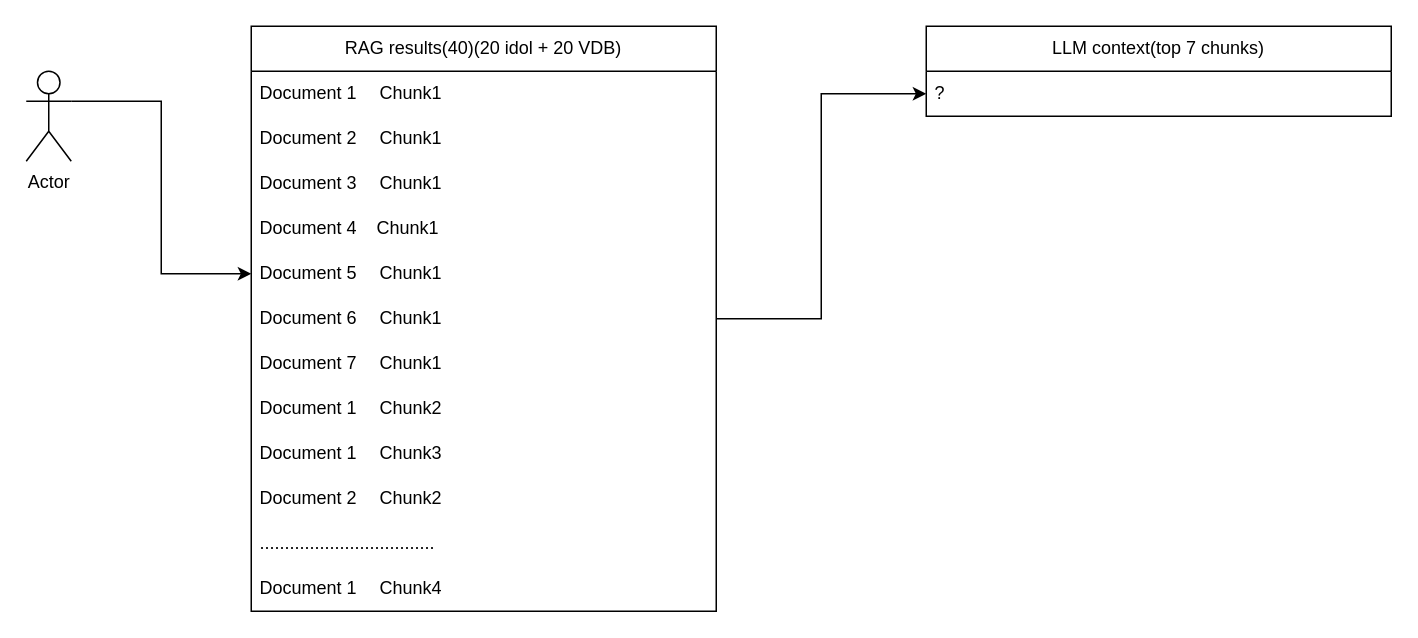
Above: LLM/chunks.drawio in Ice-YcY/Diagram (draw.io), before the change. Source tidied: cells renumbered, new cells numbered last; positions are measured from the earlier drawing's top-left corner, leaving out a move shared by most shapes. Both pictures are drawn from the tidied source at 150%, with x=0, y=0 at pixel (26, 26).
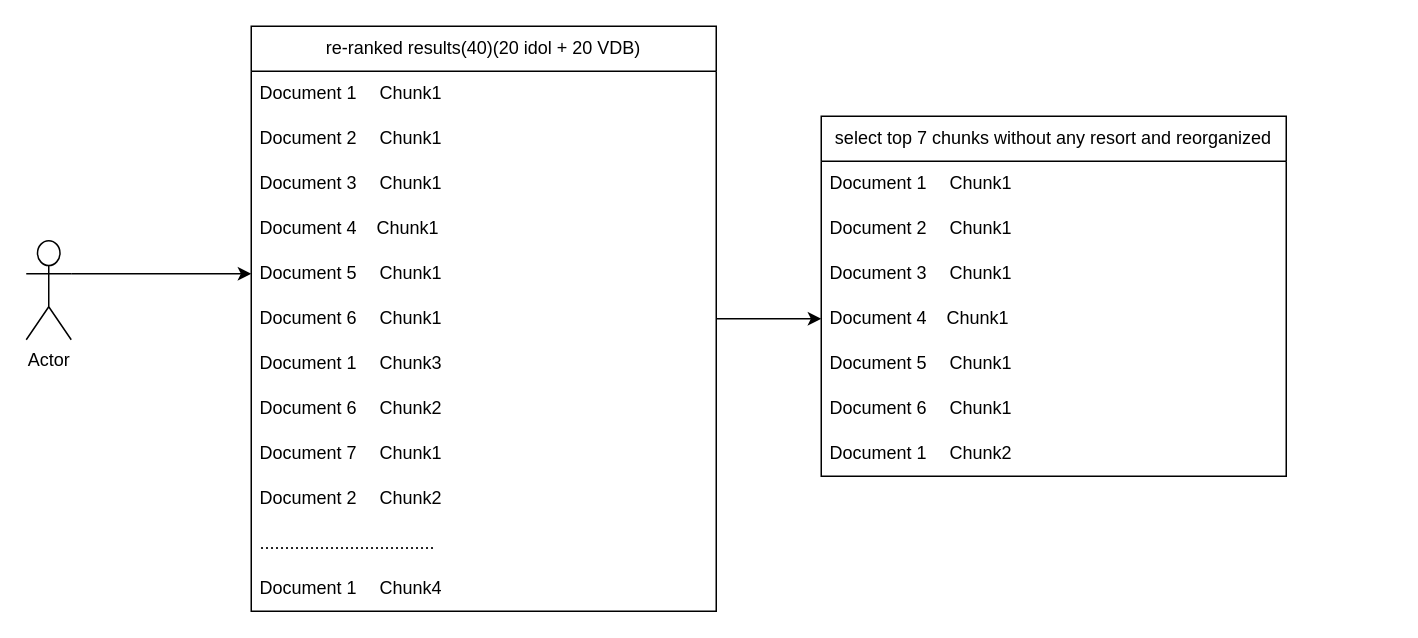
The same page after the edit.

The change refers to these unchanged cells:
```xml
<mxCell id="10" value="Document 6&lt;span style=&quot;white-space:pre&quot;&gt;&#9;&lt;/span&gt;Chunk1" style="text;strokeColor=none;fillColor=none;align=left;verticalAlign=middle;spacingLeft=4;spacingRight=4;overflow=hidden;points=[[0,0.5],[1,0.5]];portConstraint=eastwest;whiteSpace=wrap;html=1;" parent="4" vertex="1">
  <mxGeometry y="180" width="310" height="30" as="geometry" />
</mxCell>
```

Diff of the diagram source:
```diff
@@
     <mxCell id="3" value="Actor" style="shape=umlActor;verticalLabelPosition=bottom;verticalAlign=top;html=1;outlineConnect=0;" parent="1" vertex="1">
-      <mxGeometry y="30" width="30" height="60" as="geometry" />
+      <mxGeometry y="143" width="30" height="66" as="geometry" />
     </mxCell>
-    <mxCell id="4" value="RAG results(40)(20 idol + 20 VDB)" style="swimlane;fontStyle=0;horizontal=1;startSize=30;whiteSpace=wrap;html=1;" parent="1" vertex="1">
+    <mxCell id="4" value="re-ranked results(40)(20 idol + 20 VDB)" style="swimlane;fontStyle=0;horizontal=1;startSize=30;whiteSpace=wrap;html=1;" parent="1" vertex="1">
       <mxGeometry x="150" width="310" height="390" as="geometry" />
     </mxCell>
@@
-    <mxCell id="11" value="Document 7&lt;span style=&quot;white-space:pre&quot;&gt;&#9;&lt;/span&gt;Chunk1" style="text;strokeColor=none;fillColor=none;align=left;verticalAlign=middle;spacingLeft=4;spacingRight=4;overflow=hidden;whiteSpace=wrap;html=1;" parent="4" vertex="1">
+    <mxCell id="11" value="Document 1&lt;span style=&quot;white-space:pre&quot;&gt;&#9;&lt;/span&gt;Chunk3" style="text;strokeColor=none;fillColor=none;align=left;verticalAlign=middle;spacingLeft=4;spacingRight=4;overflow=hidden;whiteSpace=wrap;html=1;" parent="4" vertex="1">
       <mxGeometry y="210" width="310" height="30" as="geometry" />
     </mxCell>
-    <mxCell id="12" value="Document 1&lt;span style=&quot;white-space:pre&quot;&gt;&#9;&lt;/span&gt;Chunk2" style="text;strokeColor=none;fillColor=none;align=left;verticalAlign=middle;spacingLeft=4;spacingRight=4;overflow=hidden;whiteSpace=wrap;html=1;" parent="4" vertex="1">
+    <mxCell id="12" value="Document 6&lt;span style=&quot;white-space:pre&quot;&gt;&#9;&lt;/span&gt;Chunk2" style="text;strokeColor=none;fillColor=none;align=left;verticalAlign=middle;spacingLeft=4;spacingRight=4;overflow=hidden;whiteSpace=wrap;html=1;" parent="4" vertex="1">
       <mxGeometry y="240" width="310" height="30" as="geometry" />
     </mxCell>
-    <mxCell id="13" value="Document 1&lt;span style=&quot;white-space:pre&quot;&gt;&#9;&lt;/span&gt;Chunk3" style="text;strokeColor=none;fillColor=none;align=left;verticalAlign=middle;spacingLeft=4;spacingRight=4;overflow=hidden;whiteSpace=wrap;html=1;" parent="4" vertex="1">
+    <mxCell id="13" value="Document 7&lt;span style=&quot;white-space:pre&quot;&gt;&#9;&lt;/span&gt;Chunk1" style="text;strokeColor=none;fillColor=none;align=left;verticalAlign=middle;spacingLeft=4;spacingRight=4;overflow=hidden;whiteSpace=wrap;html=1;" parent="4" vertex="1">
       <mxGeometry y="270" width="310" height="30" as="geometry" />
     </mxCell>
@@
-    <mxCell id="17" value="LLM context(top 7 chunks)" style="swimlane;fontStyle=0;horizontal=1;startSize=30;whiteSpace=wrap;html=1;" parent="1" vertex="1">
-      <mxGeometry x="600" width="310" height="60" as="geometry" />
-    </mxCell>
-    <mxCell id="18" value="?" style="text;strokeColor=none;fillColor=none;align=left;verticalAlign=middle;spacingLeft=4;spacingRight=4;overflow=hidden;points=[[0,0.5],[1,0.5]];portConstraint=eastwest;whiteSpace=wrap;html=1;" parent="17" vertex="1">
-      <mxGeometry y="30" width="310" height="30" as="geometry" />
-    </mxCell>
-    <mxCell id="19" style="edgeStyle=orthogonalEdgeStyle;rounded=0;jettySize=auto;html=1;exitX=1;exitY=0.5;exitDx=0;exitDy=0;entryX=0;entryY=0.5;entryDx=0;entryDy=0;" parent="1" edge="1" source="10" target="18">
+    <mxCell id="19" style="edgeStyle=orthogonalEdgeStyle;rounded=0;jettySize=auto;html=1;exitX=1;exitY=0.5;exitDx=0;exitDy=0;entryX=0;entryY=0.5;entryDx=0;entryDy=0;" parent="1" edge="1" source="10" target="24">
       <mxGeometry relative="1" as="geometry" />
     </mxCell>
+    <mxCell id="20" value="select top 7 chunks without any resort and reorganized" style="swimlane;fontStyle=0;horizontal=1;startSize=30;whiteSpace=wrap;html=1;" parent="1" vertex="1">
+      <mxGeometry x="530" y="60" width="310" height="240" as="geometry" />
+    </mxCell>
+    <mxCell id="21" value="Document 1&lt;span style=&quot;white-space: pre;&quot;&gt;&#9;&lt;/span&gt;Chunk1" style="text;strokeColor=none;fillColor=none;align=left;verticalAlign=middle;spacingLeft=4;spacingRight=4;overflow=hidden;whiteSpace=wrap;html=1;" parent="20" vertex="1">
+      <mxGeometry y="30" width="310" height="30" as="geometry" />
+    </mxCell>
+    <mxCell id="22" value="Document 2&lt;span style=&quot;white-space: pre;&quot;&gt;&#9;&lt;/span&gt;Chunk1" style="text;strokeColor=none;fillColor=none;align=left;verticalAlign=middle;spacingLeft=4;spacingRight=4;overflow=hidden;whiteSpace=wrap;html=1;" parent="20" vertex="1">
+      <mxGeometry y="60" width="310" height="30" as="geometry" />
+    </mxCell>
+    <mxCell id="23" value="Document 3&lt;span style=&quot;white-space: pre;&quot;&gt;&#9;&lt;/span&gt;Chunk1" style="text;strokeColor=none;fillColor=none;align=left;verticalAlign=middle;spacingLeft=4;spacingRight=4;overflow=hidden;whiteSpace=wrap;html=1;" parent="20" vertex="1">
+      <mxGeometry y="90" width="310" height="30" as="geometry" />
+    </mxCell>
+    <mxCell id="24" value="Document 4&amp;nbsp;&amp;nbsp;&amp;nbsp;&amp;nbsp;Chunk1" style="text;strokeColor=none;fillColor=none;align=left;verticalAlign=middle;spacingLeft=4;spacingRight=4;overflow=hidden;points=[[0,0.5],[1,0.5]];portConstraint=eastwest;whiteSpace=wrap;html=1;" parent="20" vertex="1">
+      <mxGeometry y="120" width="310" height="30" as="geometry" />
+    </mxCell>
+    <mxCell id="25" value="Document 5&lt;span style=&quot;white-space: pre;&quot;&gt;&#9;&lt;/span&gt;Chunk1" style="text;strokeColor=none;fillColor=none;align=left;verticalAlign=middle;spacingLeft=4;spacingRight=4;overflow=hidden;whiteSpace=wrap;html=1;" parent="20" vertex="1">
+      <mxGeometry y="150" width="310" height="30" as="geometry" />
+    </mxCell>
+    <mxCell id="26" value="Document 6&lt;span style=&quot;white-space: pre;&quot;&gt;&#9;&lt;/span&gt;Chunk1" style="text;strokeColor=none;fillColor=none;align=left;verticalAlign=middle;spacingLeft=4;spacingRight=4;overflow=hidden;whiteSpace=wrap;html=1;" parent="20" vertex="1">
+      <mxGeometry y="180" width="310" height="30" as="geometry" />
+    </mxCell>
+    <mxCell id="27" value="Document 1&lt;span style=&quot;white-space: pre;&quot;&gt;&#9;&lt;/span&gt;Chunk2" style="text;strokeColor=none;fillColor=none;align=left;verticalAlign=middle;spacingLeft=4;spacingRight=4;overflow=hidden;whiteSpace=wrap;html=1;" parent="20" vertex="1">
+      <mxGeometry y="210" width="310" height="30" as="geometry" />
+    </mxCell>
```
